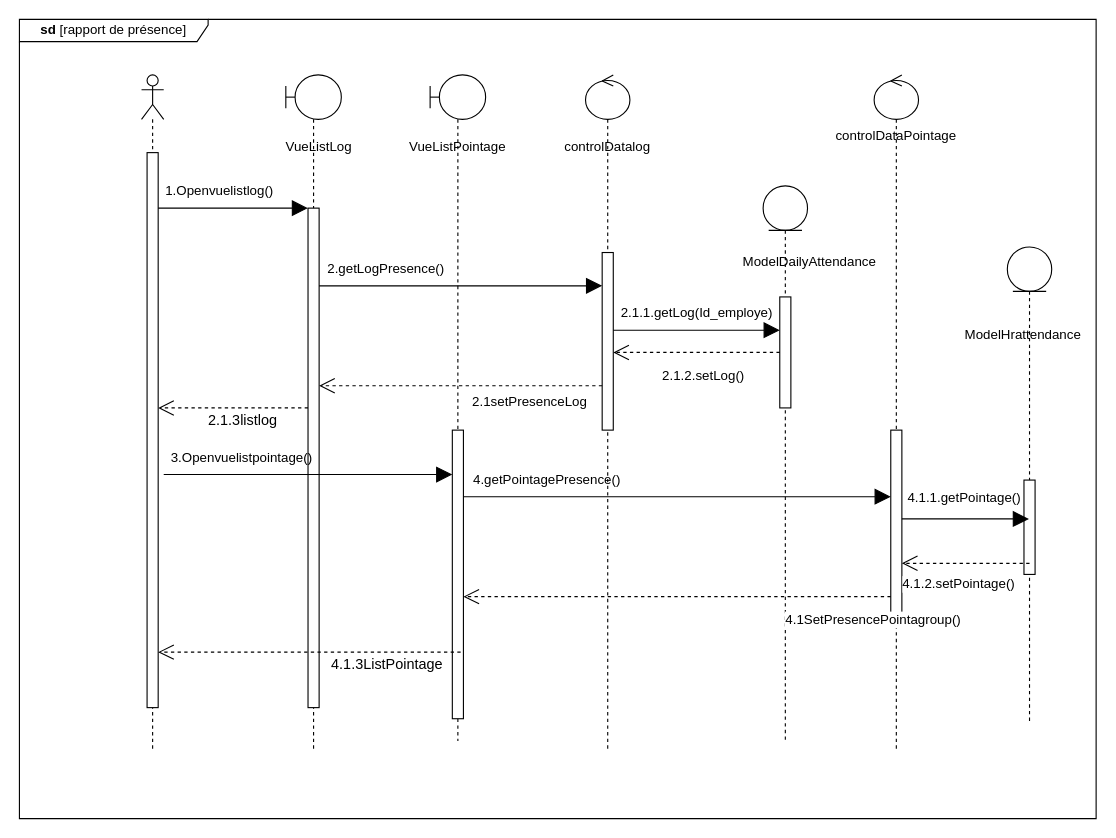
The draw.io diagram static/Diagramme de séquence conceptuel rapport de présence.drawio in Siluearsene/borne_biometrique, before the edit. Source tidied: cells renumbered, new cells numbered last; positions are measured from the earlier drawing's top-left corner, leaving out a move shared by most shapes. Both pictures are drawn from the tidied source at 111%, with x=0, y=0 at pixel (19, 19).
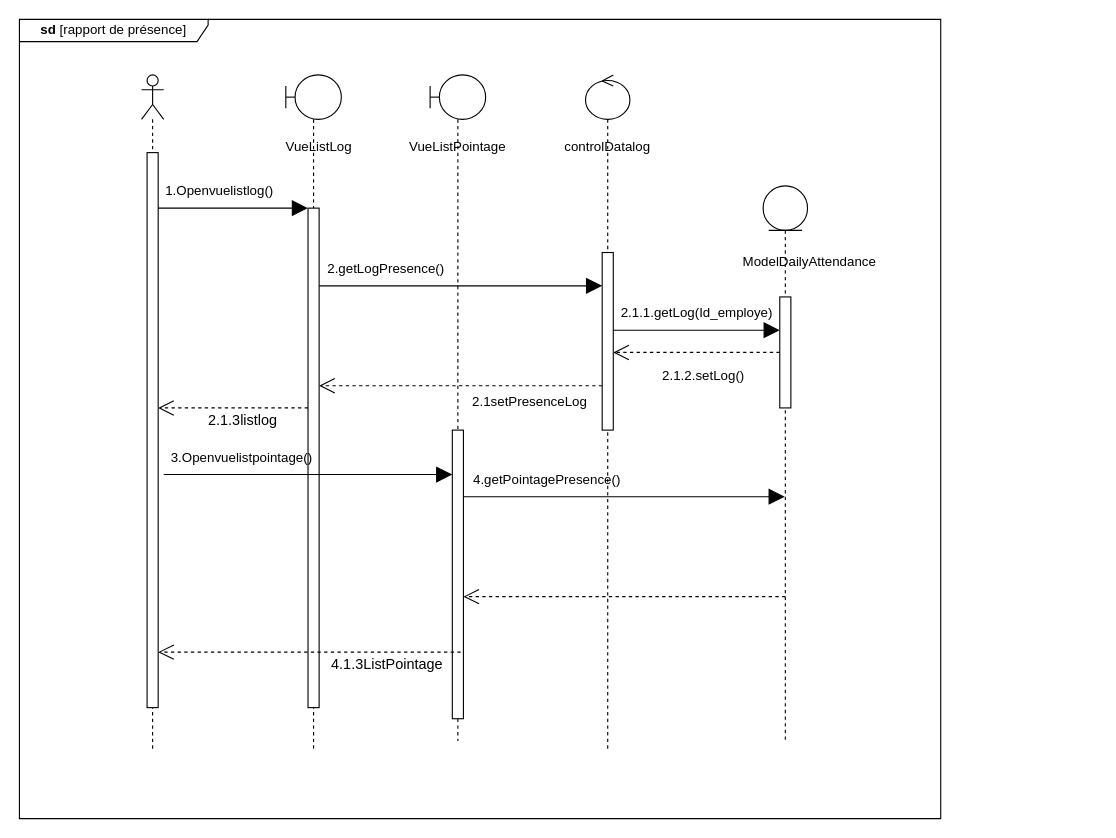
Above is the later version.

Commit message (it also covers changes not shown here):
Mettre à jour Diagramme de séquence conceptuel rapport de présence.drawio

The change refers to these unchanged cells:
```xml
<mxCell id="4" style="shape=umlLifeline;perimeter=lifelinePerimeter;whiteSpace=wrap;html=1;outlineConnect=0;portConstraint=eastwest;newEdgeStyle={&quot;edgeStyle&quot;:&quot;elbowEdgeStyle&quot;,&quot;elbow&quot;:&quot;vertical&quot;,&quot;curved&quot;:0,&quot;rounded&quot;:0};participant=umlEntity;" parent="1" vertex="1">
  <mxGeometry x="670" y="150" width="40" height="500" as="geometry" />
</mxCell>
<mxCell id="13" style="html=1;points=[];perimeter=orthogonalPerimeter;outlineConnect=0;targetShapes=umlLifeline;portConstraint=eastwest;newEdgeStyle={&quot;edgeStyle&quot;:&quot;elbowEdgeStyle&quot;,&quot;elbow&quot;:&quot;vertical&quot;,&quot;curved&quot;:0,&quot;rounded&quot;:0};" parent="12" vertex="1">
  <mxGeometry x="20" y="320" width="10" height="260" as="geometry" />
</mxCell>
```

Change to the diagram source:
```diff
@@
-    <mxCell id="8" style="shape=umlLifeline;perimeter=lifelinePerimeter;whiteSpace=wrap;html=1;newEdgeStyle={&quot;edgeStyle&quot;:&quot;elbowEdgeStyle&quot;,&quot;elbow&quot;:&quot;vertical&quot;,&quot;curved&quot;:0,&quot;rounded&quot;:0};participant=umlControl;" parent="1" vertex="1">
-      <mxGeometry x="770" y="50" width="40" height="610" as="geometry" />
-    </mxCell>
@@
     <mxCell id="10" value="&lt;b&gt;sd&lt;/b&gt; [rapport de présence]" style="shape=umlFrame;whiteSpace=wrap;html=1;width=170;height=20;fillColor=#ffffff;" parent="1" vertex="1">
-      <mxGeometry width="970" height="720" as="geometry" />
+      <mxGeometry width="830" height="720" as="geometry" />
     </mxCell>
@@
-    <mxCell id="17" value="controlDataPointage" style="text;html=1;strokeColor=none;fillColor=none;align=center;verticalAlign=middle;whiteSpace=wrap;rounded=0;" parent="1" vertex="1">
-      <mxGeometry x="760" y="90" width="60" height="30" as="geometry" />
-    </mxCell>
@@
-    <mxCell id="28" style="html=1;points=[];perimeter=orthogonalPerimeter;outlineConnect=0;targetShapes=umlLifeline;portConstraint=eastwest;newEdgeStyle={&quot;edgeStyle&quot;:&quot;elbowEdgeStyle&quot;,&quot;elbow&quot;:&quot;vertical&quot;,&quot;curved&quot;:0,&quot;rounded&quot;:0};" parent="1" vertex="1">
-      <mxGeometry x="785" y="370" width="10" height="170" as="geometry" />
-    </mxCell>
@@
-    <mxCell id="32" style="shape=umlLifeline;perimeter=lifelinePerimeter;whiteSpace=wrap;html=1;outlineConnect=0;portConstraint=eastwest;newEdgeStyle={&quot;edgeStyle&quot;:&quot;elbowEdgeStyle&quot;,&quot;elbow&quot;:&quot;vertical&quot;,&quot;curved&quot;:0,&quot;rounded&quot;:0};participant=umlEntity;" parent="1" vertex="1">
-      <mxGeometry x="890" y="205" width="40" height="430" as="geometry" />
-    </mxCell>
-    <mxCell id="33" style="html=1;perimeter=orthogonalPerimeter;targetShapes=umlLifeline;newEdgeStyle={&quot;edgeStyle&quot;:&quot;elbowEdgeStyle&quot;,&quot;elbow&quot;:&quot;vertical&quot;,&quot;curved&quot;:0,&quot;rounded&quot;:0};" parent="32" vertex="1">
-      <mxGeometry x="15" y="210" width="10" height="85" as="geometry" />
-    </mxCell>
-    <mxCell id="34" value="&lt;div style=&quot;text-align: center;&quot;&gt;&lt;span style=&quot;background-color: initial;&quot;&gt;ModelHrattendance&lt;/span&gt;&lt;/div&gt;" style="text;whiteSpace=wrap;html=1;" parent="1" vertex="1">
-      <mxGeometry x="850" y="270" width="100" height="25" as="geometry" />
-    </mxCell>
-    <mxCell id="35" style="endArrow=block;endFill=1;endSize=12;html=1;rounded=0;" parent="1" edge="1" target="28">
+    <mxCell id="35" style="endArrow=block;endFill=1;endSize=12;html=1;rounded=0;" parent="1" edge="1" target="4">
       <mxGeometry relative="1" as="geometry">
         <mxPoint x="400" y="430" as="sourcePoint" />
       </mxGeometry>
     </mxCell>
-    <mxCell id="36" style="endArrow=block;endFill=1;endSize=12;html=1;rounded=0;" parent="1" edge="1" source="28" target="32">
-      <mxGeometry relative="1" as="geometry">
-        <Array as="points">
-          <mxPoint x="820" y="450" />
-        </Array>
-      </mxGeometry>
-    </mxCell>
-    <mxCell id="37" style="endArrow=open;dashed=1;endFill=0;endSize=12;html=1;rounded=0;" parent="1" edge="1" target="28">
-      <mxGeometry relative="1" as="geometry">
-        <mxPoint x="910" y="490" as="sourcePoint" />
-      </mxGeometry>
-    </mxCell>
-    <mxCell id="38" value="&lt;font style=&quot;font-size: 12px;&quot;&gt;4.1.1.getPointage()&lt;/font&gt;" style="edgeLabel;html=1;align=center;verticalAlign=middle;" parent="37" vertex="1">
-      <mxGeometry x="0.04" y="5" relative="1" as="geometry">
-        <mxPoint y="-65" as="offset" />
-      </mxGeometry>
-    </mxCell>
-    <mxCell id="39" value="&lt;font style=&quot;font-size: 12px;&quot;&gt;4.1.2.setPointage()&lt;/font&gt;" style="edgeLabel;html=1;align=center;verticalAlign=middle;" parent="1" vertex="1">
-      <mxGeometry x="850" y="510" as="geometry">
-        <mxPoint x="-5" y="-2" as="offset" />
-      </mxGeometry>
-    </mxCell>
@@
     <mxCell id="41" style="endArrow=open;dashed=1;endFill=0;endSize=12;html=1;rounded=0;" parent="1" edge="1" target="13">
       <mxGeometry relative="1" as="geometry">
-        <mxPoint x="785" y="520" as="sourcePoint" />
+        <mxPoint x="690" y="520" as="sourcePoint" />
       </mxGeometry>
     </mxCell>
-    <mxCell id="42" value="&lt;font style=&quot;font-size: 12px;&quot;&gt;4.1SetPresencePointagroup()&lt;/font&gt;" style="edgeLabel;html=1;align=center;verticalAlign=middle;" parent="41" vertex="1">
-      <mxGeometry x="0.04" y="5" relative="1" as="geometry">
-        <mxPoint x="183" y="15" as="offset" />
-      </mxGeometry>
-    </mxCell>
```
